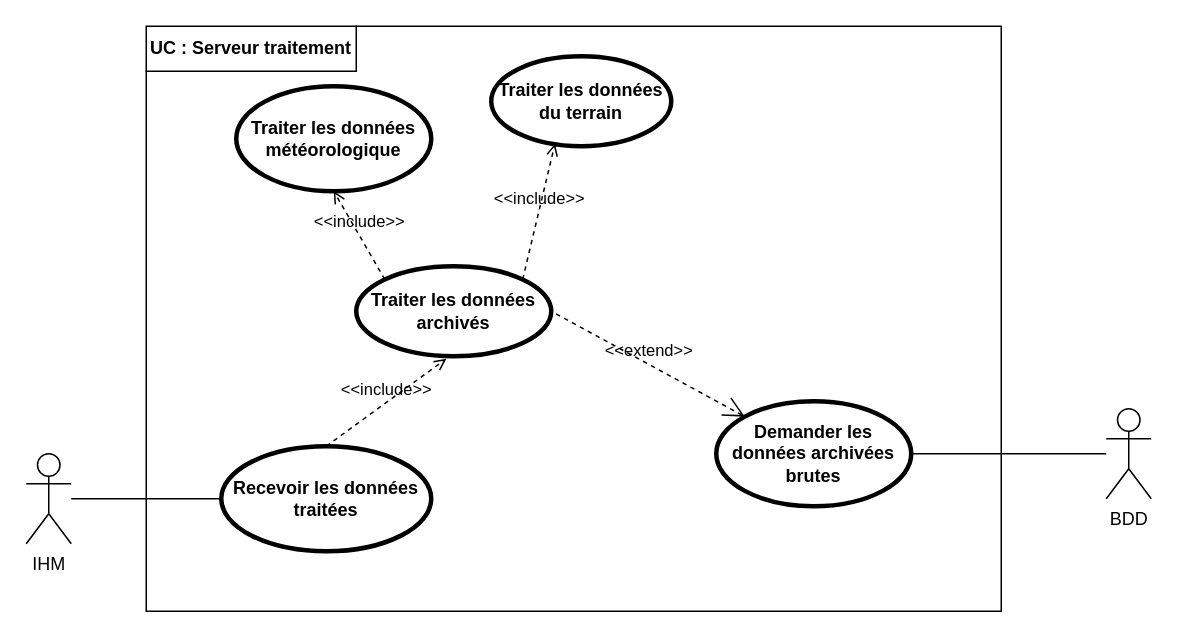
ToGen49/Hippodrome keeps this draw.io diagram as SYSML/Use_case_Serveur traitement.drawio. Above is the earlier version. Source tidied: cells renumbered, new cells numbered last; positions are measured from the earlier drawing's top-left corner, leaving out a move shared by most shapes. Both pictures are drawn from the tidied source at 150%, with x=0, y=0 at pixel (26, 26).
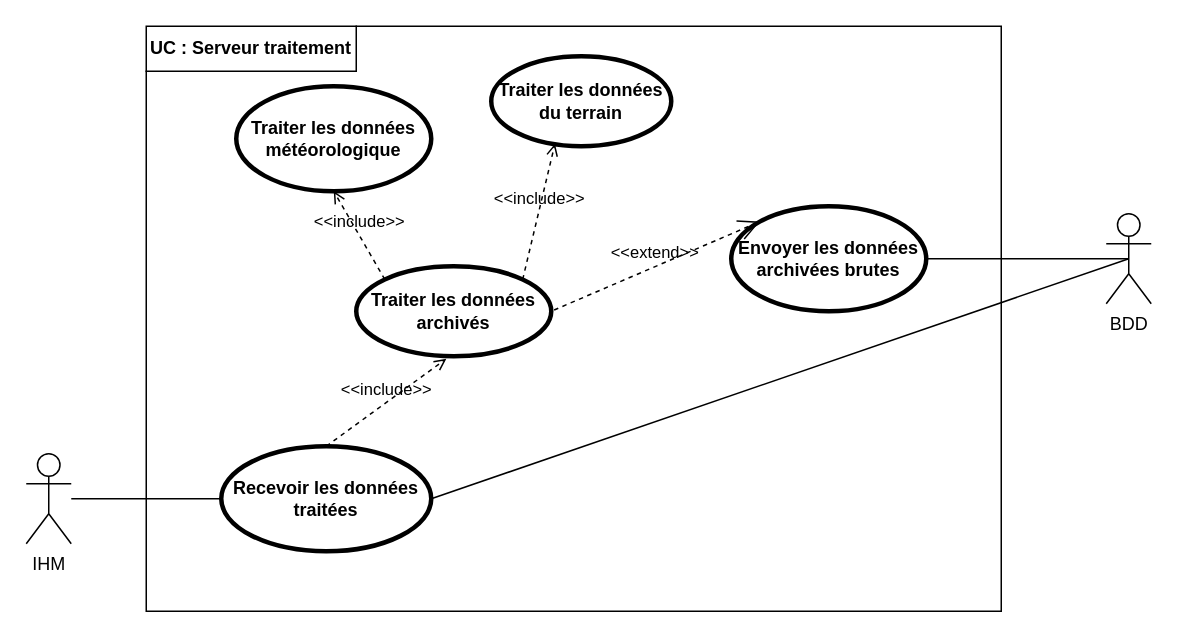
Above is the later version.

Commit message:
Mettre à jour Use_case_Serveur traitement.drawio

What changed in the source:
```diff
@@
 <mxGraphModel>
   <root>
     <mxCell id="0" />
     <mxCell id="1" parent="0" />
     <mxCell id="2" style="rounded=0;whiteSpace=wrap;html=1;" parent="1" vertex="1">
       <mxGeometry x="80" width="570" height="390" as="geometry" />
     </mxCell>
     <mxCell id="3" value="BDD" style="shape=umlActor;verticalLabelPosition=bottom;verticalAlign=top;html=1;outlineConnect=0;" parent="1" vertex="1">
-      <mxGeometry x="720" y="255" width="30" height="60" as="geometry" />
+      <mxGeometry x="720" y="125" width="30" height="60" as="geometry" />
     </mxCell>
     <mxCell id="4" value="&lt;b&gt;UC : Serveur traitement&lt;/b&gt;" style="shape=partialRectangle;whiteSpace=wrap;html=1;top=0;left=0;fillColor=none;" parent="1" vertex="1">
       <mxGeometry x="80" width="140" height="30" as="geometry" />
     </mxCell>
     <mxCell id="5" value="IHM" style="shape=umlActor;verticalLabelPosition=bottom;verticalAlign=top;html=1;outlineConnect=0;" parent="1" vertex="1">
       <mxGeometry y="285" width="30" height="60" as="geometry" />
     </mxCell>
     <mxCell id="6" style="endArrow=none;html=1;rounded=0;exitX=0;exitY=0.5;exitDx=0;exitDy=0;" parent="1" edge="1" source="9" target="5">
       <mxGeometry relative="1" as="geometry" />
     </mxCell>
-    <mxCell id="7" value="Demander les données archivées brutes" style="shape=ellipse;html=1;strokeWidth=3;fontStyle=1;whiteSpace=wrap;align=center;perimeter=ellipsePerimeter;" parent="1" vertex="1">
-      <mxGeometry x="460" y="250" width="130" height="70" as="geometry" />
+    <mxCell id="7" value="Envoyer les données archivées brutes" style="shape=ellipse;html=1;strokeWidth=3;fontStyle=1;whiteSpace=wrap;align=center;perimeter=ellipsePerimeter;" parent="1" vertex="1">
+      <mxGeometry x="470" y="120" width="130" height="70" as="geometry" />
     </mxCell>
-    <mxCell id="8" style="edgeStyle=none;html=1;endArrow=none;verticalAlign=bottom;rounded=0;" parent="1" edge="1" source="3" target="7">
+    <mxCell id="8" style="edgeStyle=none;html=1;endArrow=none;verticalAlign=bottom;rounded=0;exitX=0.5;exitY=0.5;exitDx=0;exitDy=0;exitPerimeter=0;" parent="1" edge="1" source="3" target="7">
       <mxGeometry relative="1" as="geometry" />
     </mxCell>
     <mxCell id="9" value="Recevoir les données traitées" style="shape=ellipse;html=1;strokeWidth=3;fontStyle=1;whiteSpace=wrap;align=center;perimeter=ellipsePerimeter;" parent="1" vertex="1">
       <mxGeometry x="130" y="280" width="140" height="70" as="geometry" />
     </mxCell>
     <mxCell id="10" value="Traiter les données météorologique" style="shape=ellipse;html=1;strokeWidth=3;fontStyle=1;whiteSpace=wrap;align=center;perimeter=ellipsePerimeter;" parent="1" vertex="1">
       <mxGeometry x="140" y="40" width="130" height="70" as="geometry" />
     </mxCell>
     <mxCell id="11" value="Traiter les données archivés" style="shape=ellipse;html=1;strokeWidth=3;fontStyle=1;whiteSpace=wrap;align=center;perimeter=ellipsePerimeter;" parent="1" vertex="1">
       <mxGeometry x="220" y="160" width="130" height="60" as="geometry" />
     </mxCell>
     <mxCell id="12" value="Traiter les données du terrain" style="shape=ellipse;html=1;strokeWidth=3;fontStyle=1;whiteSpace=wrap;align=center;perimeter=ellipsePerimeter;" parent="1" vertex="1">
       <mxGeometry x="310" y="20" width="120" height="60" as="geometry" />
     </mxCell>
     <mxCell id="13" value="&amp;lt;&amp;lt;extend&amp;gt;&amp;gt;" style="edgeStyle=none;html=1;startArrow=open;endArrow=none;startSize=12;verticalAlign=bottom;dashed=1;labelBackgroundColor=none;rounded=0;exitX=0;exitY=0;exitDx=0;exitDy=0;entryX=1;entryY=0.5;entryDx=0;entryDy=0;" parent="1" edge="1" source="7" target="11">
       <mxGeometry relative="1" as="geometry" />
     </mxCell>
     <mxCell id="14" value="&amp;lt;&amp;lt;include&amp;gt;&amp;gt;" style="edgeStyle=none;html=1;endArrow=open;verticalAlign=bottom;dashed=1;labelBackgroundColor=none;rounded=0;exitX=0.5;exitY=0;exitDx=0;exitDy=0;entryX=0.462;entryY=1.028;entryDx=0;entryDy=0;entryPerimeter=0;" parent="1" edge="1" source="9" target="11">
       <mxGeometry relative="1" as="geometry" />
     </mxCell>
     <mxCell id="15" value="&amp;lt;&amp;lt;include&amp;gt;&amp;gt;" style="edgeStyle=none;html=1;endArrow=open;verticalAlign=bottom;dashed=1;labelBackgroundColor=none;rounded=0;entryX=0.5;entryY=1;entryDx=0;entryDy=0;exitX=0;exitY=0;exitDx=0;exitDy=0;" parent="1" edge="1" source="11" target="10">
       <mxGeometry relative="1" as="geometry" />
     </mxCell>
     <mxCell id="16" value="&amp;lt;&amp;lt;include&amp;gt;&amp;gt;" style="edgeStyle=none;html=1;endArrow=open;verticalAlign=bottom;dashed=1;labelBackgroundColor=none;rounded=0;entryX=0.354;entryY=0.972;entryDx=0;entryDy=0;exitX=1;exitY=0;exitDx=0;exitDy=0;entryPerimeter=0;" parent="1" edge="1" source="11" target="12">
       <mxGeometry relative="1" as="geometry" />
     </mxCell>
+    <mxCell id="17" style="endArrow=none;html=1;rounded=0;exitX=1;exitY=0.5;exitDx=0;exitDy=0;entryX=0.5;entryY=0.5;entryDx=0;entryDy=0;entryPerimeter=0;" parent="1" edge="1" source="9" target="3">
+      <mxGeometry relative="1" as="geometry" />
+    </mxCell>
   </root>
 </mxGraphModel>
```
